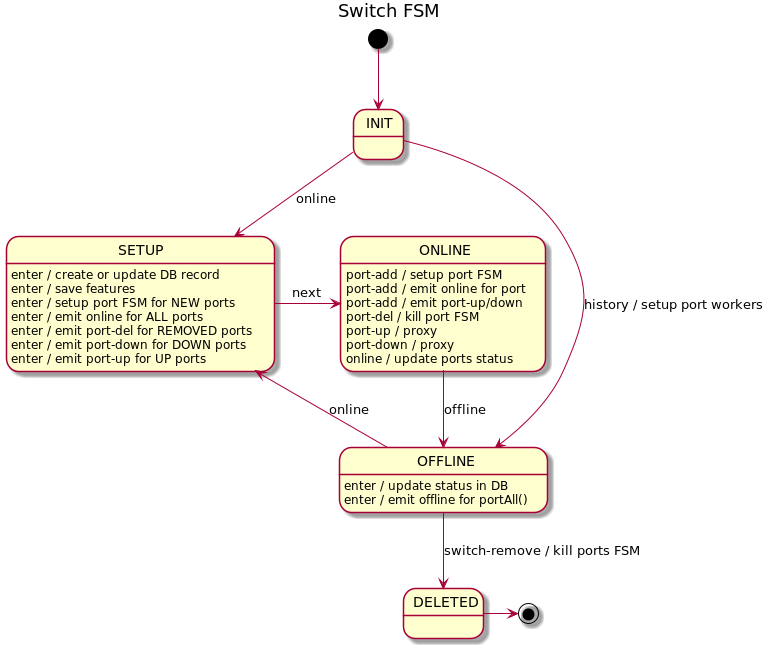
Earlier version of the PlantUML export docs/design/network-discovery/switch-FSM.png (telstra/open-kilda).
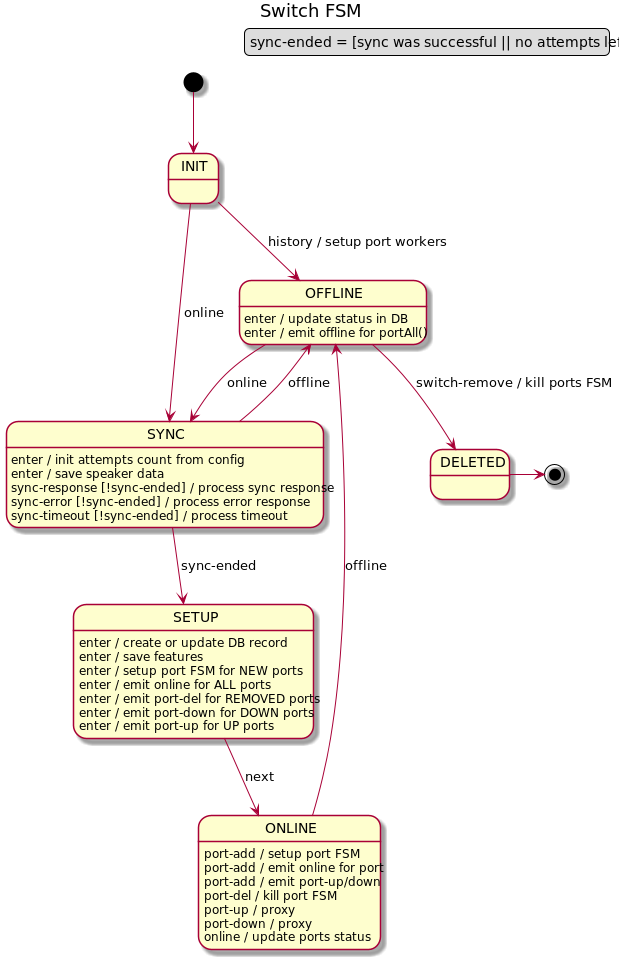
After the change.

Diff of the diagram source:
```diff
@@ -1,10 +1,22 @@
 @startuml
 title Switch FSM
+
+legend top right
+    sync-ended = [sync was successful || no attempts left]
+endlegend
 
 [*] --> INIT
 
 INIT --> OFFLINE : history / setup port workers
-INIT --> SETUP : online
+INIT --> SYNC : online
+
+SYNC : enter / init attempts count from config
+SYNC : enter / save speaker data
+SYNC : sync-response [!sync-ended] / process sync response
+SYNC : sync-error [!sync-ended] / process error response
+SYNC : sync-timeout [!sync-ended] / process timeout
+SYNC --> SETUP : sync-ended
+SYNC --> OFFLINE : offline
 
 SETUP : enter / create or update DB record
 SETUP : enter / save features
@@ -13,7 +25,7 @@
 SETUP : enter / emit port-del for REMOVED ports
 SETUP : enter / emit port-down for DOWN ports
 SETUP : enter / emit port-up for UP ports
-SETUP -r-> ONLINE : next
+SETUP --> ONLINE : next
 
 ONLINE : port-add / setup port FSM
 ONLINE : port-add / emit online for port
@@ -26,7 +38,7 @@
 
 OFFLINE : enter / update status in DB
 OFFLINE : enter / emit offline for portAll()
-OFFLINE --> SETUP : online
+OFFLINE --> SYNC : online
 OFFLINE --> DELETED: switch-remove / kill ports FSM
 DELETED -> [*]
 
```
